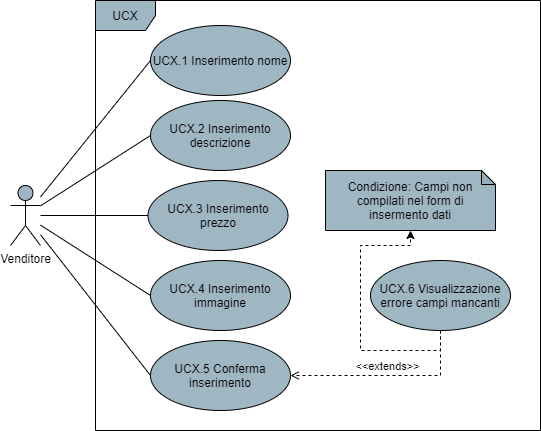
This is DocumentazioneEsterna/AnalisiDeiRequisiti/res/UseCase/Immagini/InserimentoProdotto.png from Omicron-Team/Documentazione, a draw.io export, as it was before one commit. Source tidied: cells renumbered, new cells last; positions are measured from the earlier drawing's top-left corner, leaving out a move shared by most shapes. Its diagram source:
```xml
<mxGraphModel>
  <root>
    <mxCell id="0" />
    <mxCell id="1" parent="0" />
    <mxCell id="2" style="rounded=0;jettySize=auto;html=1;entryX=0;entryY=0.5;entryDx=0;entryDy=0;endArrow=none;endFill=0;" parent="1" edge="1" source="7" target="9">
      <mxGeometry relative="1" as="geometry" />
    </mxCell>
    <mxCell id="3" style="edgeStyle=none;rounded=0;jettySize=auto;html=1;entryX=0;entryY=0.5;entryDx=0;entryDy=0;endArrow=none;endFill=0;" parent="1" edge="1" source="7" target="10">
      <mxGeometry relative="1" as="geometry" />
    </mxCell>
    <mxCell id="4" style="edgeStyle=none;rounded=0;jettySize=auto;html=1;entryX=0;entryY=0.5;entryDx=0;entryDy=0;endArrow=none;endFill=0;" parent="1" edge="1" source="7" target="11">
      <mxGeometry relative="1" as="geometry" />
    </mxCell>
    <mxCell id="5" style="edgeStyle=none;rounded=0;jettySize=auto;html=1;entryX=0;entryY=0.5;entryDx=0;entryDy=0;endArrow=none;endFill=0;" parent="1" edge="1" source="7" target="12">
      <mxGeometry relative="1" as="geometry" />
    </mxCell>
    <mxCell id="6" style="edgeStyle=none;rounded=0;jettySize=auto;html=1;entryX=0;entryY=0.5;entryDx=0;entryDy=0;endArrow=none;endFill=0;" parent="1" edge="1" source="7" target="13">
      <mxGeometry relative="1" as="geometry" />
    </mxCell>
    <mxCell id="7" value="Venditore" style="shape=umlActor;verticalLabelPosition=bottom;verticalAlign=top;html=1;fillColor=#9FB6C3;" parent="1" vertex="1">
      <mxGeometry y="185" width="30" height="60" as="geometry" />
    </mxCell>
    <mxCell id="8" value="UCX" style="shape=umlFrame;whiteSpace=wrap;html=1;fillColor=#9FB6C3;" parent="1" vertex="1">
      <mxGeometry x="85" width="445" height="430" as="geometry" />
    </mxCell>
    <mxCell id="9" value="UCX.1 Inserimento nome" style="ellipse;whiteSpace=wrap;html=1;fillColor=#9FB6C3;" parent="1" vertex="1">
      <mxGeometry x="140" y="25" width="140" height="70" as="geometry" />
    </mxCell>
    <mxCell id="10" value="UCX.2 Inserimento descrizione" style="ellipse;whiteSpace=wrap;html=1;fillColor=#9FB6C3;" parent="1" vertex="1">
      <mxGeometry x="140" y="100" width="140" height="70" as="geometry" />
    </mxCell>
    <mxCell id="11" value="UCX.3 Inserimento prezzo" style="ellipse;whiteSpace=wrap;html=1;fillColor=#9FB6C3;" parent="1" vertex="1">
      <mxGeometry x="137.5" y="180" width="140" height="70" as="geometry" />
    </mxCell>
    <mxCell id="12" value="UCX.4 Inserimento immagine" style="ellipse;whiteSpace=wrap;html=1;fillColor=#9FB6C3;" parent="1" vertex="1">
      <mxGeometry x="140" y="260" width="140" height="70" as="geometry" />
    </mxCell>
    <mxCell id="13" value="UCX.5 Conferma inserimento" style="ellipse;whiteSpace=wrap;html=1;fillColor=#9FB6C3;" parent="1" vertex="1">
      <mxGeometry x="140" y="340" width="140" height="70" as="geometry" />
    </mxCell>
    <mxCell id="14" value="&amp;lt;&amp;lt;extends&amp;gt;&amp;gt;" style="edgeStyle=orthogonalEdgeStyle;rounded=0;jettySize=auto;html=1;exitX=0.5;exitY=1;exitDx=0;exitDy=0;entryX=1;entryY=0.5;entryDx=0;entryDy=0;endArrow=open;endFill=0;dashed=1;verticalAlign=bottom;align=center;" parent="1" edge="1" source="15" target="13">
      <mxGeometry relative="1" as="geometry" />
    </mxCell>
    <mxCell id="15" value="UCX.6 Visualizzazione errore campi mancanti" style="ellipse;whiteSpace=wrap;html=1;fillColor=#9FB6C3;" parent="1" vertex="1">
      <mxGeometry x="360" y="260" width="140" height="70" as="geometry" />
    </mxCell>
    <mxCell id="16" value="Condizione: Campi non compilati&amp;nbsp;nel form di insermento dati" style="shape=note;whiteSpace=wrap;html=1;backgroundOutline=1;darkOpacity=0.05;size=14;fillColor=#9FB6C3;" parent="1" vertex="1">
      <mxGeometry x="315" y="170" width="170" height="60" as="geometry" />
    </mxCell>
    <mxCell id="17" style="endArrow=classic;html=1;dashed=1;align=center;entryX=0.5;entryY=1;entryDx=0;entryDy=0;entryPerimeter=0;exitX=0.5;exitY=1;exitDx=0;exitDy=0;edgeStyle=orthogonalEdgeStyle;rounded=0;" parent="1" edge="1" source="15" target="16">
      <mxGeometry relative="1" as="geometry">
        <Array as="points">
          <mxPoint x="430" y="350" />
          <mxPoint x="350" y="350" />
          <mxPoint x="350" y="245" />
          <mxPoint x="400" y="245" />
        </Array>
      </mxGeometry>
    </mxCell>
  </root>
</mxGraphModel>
```
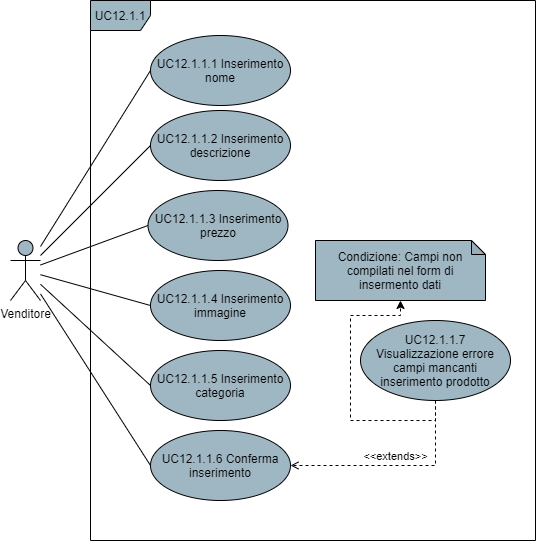
After the commit.

Diff of the diagram source:
```diff
@@ -18,44 +18,50 @@
       <mxGeometry relative="1" as="geometry" />
     </mxCell>
     <mxCell id="7" value="Venditore" style="shape=umlActor;verticalLabelPosition=bottom;verticalAlign=top;html=1;fillColor=#9FB6C3;" parent="1" vertex="1">
-      <mxGeometry y="185" width="30" height="60" as="geometry" />
+      <mxGeometry y="230" width="30" height="60" as="geometry" />
     </mxCell>
-    <mxCell id="8" value="UCX" style="shape=umlFrame;whiteSpace=wrap;html=1;fillColor=#9FB6C3;" parent="1" vertex="1">
-      <mxGeometry x="85" width="445" height="430" as="geometry" />
+    <mxCell id="8" value="UC12.1.1" style="shape=umlFrame;whiteSpace=wrap;html=1;fillColor=#9FB6C3;" parent="1" vertex="1">
+      <mxGeometry x="80" y="-10" width="445" height="540" as="geometry" />
     </mxCell>
-    <mxCell id="9" value="UCX.1 Inserimento nome" style="ellipse;whiteSpace=wrap;html=1;fillColor=#9FB6C3;" parent="1" vertex="1">
+    <mxCell id="9" value="UC12.1.1.1 Inserimento nome" style="ellipse;whiteSpace=wrap;html=1;fillColor=#9FB6C3;" parent="1" vertex="1">
       <mxGeometry x="140" y="25" width="140" height="70" as="geometry" />
     </mxCell>
-    <mxCell id="10" value="UCX.2 Inserimento descrizione" style="ellipse;whiteSpace=wrap;html=1;fillColor=#9FB6C3;" parent="1" vertex="1">
+    <mxCell id="10" value="UC12.1.1.2 Inserimento descrizione" style="ellipse;whiteSpace=wrap;html=1;fillColor=#9FB6C3;" parent="1" vertex="1">
       <mxGeometry x="140" y="100" width="140" height="70" as="geometry" />
     </mxCell>
-    <mxCell id="11" value="UCX.3 Inserimento prezzo" style="ellipse;whiteSpace=wrap;html=1;fillColor=#9FB6C3;" parent="1" vertex="1">
+    <mxCell id="11" value="UC12.1.1.3 Inserimento prezzo" style="ellipse;whiteSpace=wrap;html=1;fillColor=#9FB6C3;" parent="1" vertex="1">
       <mxGeometry x="137.5" y="180" width="140" height="70" as="geometry" />
     </mxCell>
-    <mxCell id="12" value="UCX.4 Inserimento immagine" style="ellipse;whiteSpace=wrap;html=1;fillColor=#9FB6C3;" parent="1" vertex="1">
+    <mxCell id="12" value="UC12.1.1.4 Inserimento immagine" style="ellipse;whiteSpace=wrap;html=1;fillColor=#9FB6C3;" parent="1" vertex="1">
       <mxGeometry x="140" y="260" width="140" height="70" as="geometry" />
     </mxCell>
-    <mxCell id="13" value="UCX.5 Conferma inserimento" style="ellipse;whiteSpace=wrap;html=1;fillColor=#9FB6C3;" parent="1" vertex="1">
-      <mxGeometry x="140" y="340" width="140" height="70" as="geometry" />
+    <mxCell id="13" value="UC12.1.1.6 Conferma inserimento" style="ellipse;whiteSpace=wrap;html=1;fillColor=#9FB6C3;" parent="1" vertex="1">
+      <mxGeometry x="140" y="420" width="140" height="70" as="geometry" />
     </mxCell>
     <mxCell id="14" value="&amp;lt;&amp;lt;extends&amp;gt;&amp;gt;" style="edgeStyle=orthogonalEdgeStyle;rounded=0;jettySize=auto;html=1;exitX=0.5;exitY=1;exitDx=0;exitDy=0;entryX=1;entryY=0.5;entryDx=0;entryDy=0;endArrow=open;endFill=0;dashed=1;verticalAlign=bottom;align=center;" parent="1" edge="1" source="15" target="13">
       <mxGeometry relative="1" as="geometry" />
     </mxCell>
-    <mxCell id="15" value="UCX.6 Visualizzazione errore campi mancanti" style="ellipse;whiteSpace=wrap;html=1;fillColor=#9FB6C3;" parent="1" vertex="1">
-      <mxGeometry x="360" y="260" width="140" height="70" as="geometry" />
+    <mxCell id="15" value="UC12.1.1.7 Visualizzazione&amp;nbsp;errore campi mancanti inserimento&amp;nbsp;prodotto" style="ellipse;whiteSpace=wrap;html=1;fillColor=#9FB6C3;" parent="1" vertex="1">
+      <mxGeometry x="350" y="310" width="150" height="80" as="geometry" />
     </mxCell>
     <mxCell id="16" value="Condizione: Campi non compilati&amp;nbsp;nel form di insermento dati" style="shape=note;whiteSpace=wrap;html=1;backgroundOutline=1;darkOpacity=0.05;size=14;fillColor=#9FB6C3;" parent="1" vertex="1">
-      <mxGeometry x="315" y="170" width="170" height="60" as="geometry" />
+      <mxGeometry x="305" y="230" width="170" height="60" as="geometry" />
     </mxCell>
     <mxCell id="17" style="endArrow=classic;html=1;dashed=1;align=center;entryX=0.5;entryY=1;entryDx=0;entryDy=0;entryPerimeter=0;exitX=0.5;exitY=1;exitDx=0;exitDy=0;edgeStyle=orthogonalEdgeStyle;rounded=0;" parent="1" edge="1" source="15" target="16">
       <mxGeometry relative="1" as="geometry">
         <Array as="points">
-          <mxPoint x="430" y="350" />
-          <mxPoint x="350" y="350" />
-          <mxPoint x="350" y="245" />
-          <mxPoint x="400" y="245" />
+          <mxPoint x="425" y="410" />
+          <mxPoint x="340" y="410" />
+          <mxPoint x="340" y="305" />
+          <mxPoint x="390" y="305" />
         </Array>
       </mxGeometry>
     </mxCell>
+    <mxCell id="18" value="UC12.1.1.5 Inserimento categoria" style="ellipse;whiteSpace=wrap;html=1;fillColor=#9FB6C3;" parent="1" vertex="1">
+      <mxGeometry x="140" y="340" width="140" height="70" as="geometry" />
+    </mxCell>
+    <mxCell id="19" style="endArrow=none;html=1;exitX=0;exitY=0.5;exitDx=0;exitDy=0;" parent="1" edge="1" source="18" target="7">
+      <mxGeometry relative="1" as="geometry" />
+    </mxCell>
   </root>
 </mxGraphModel>
```
